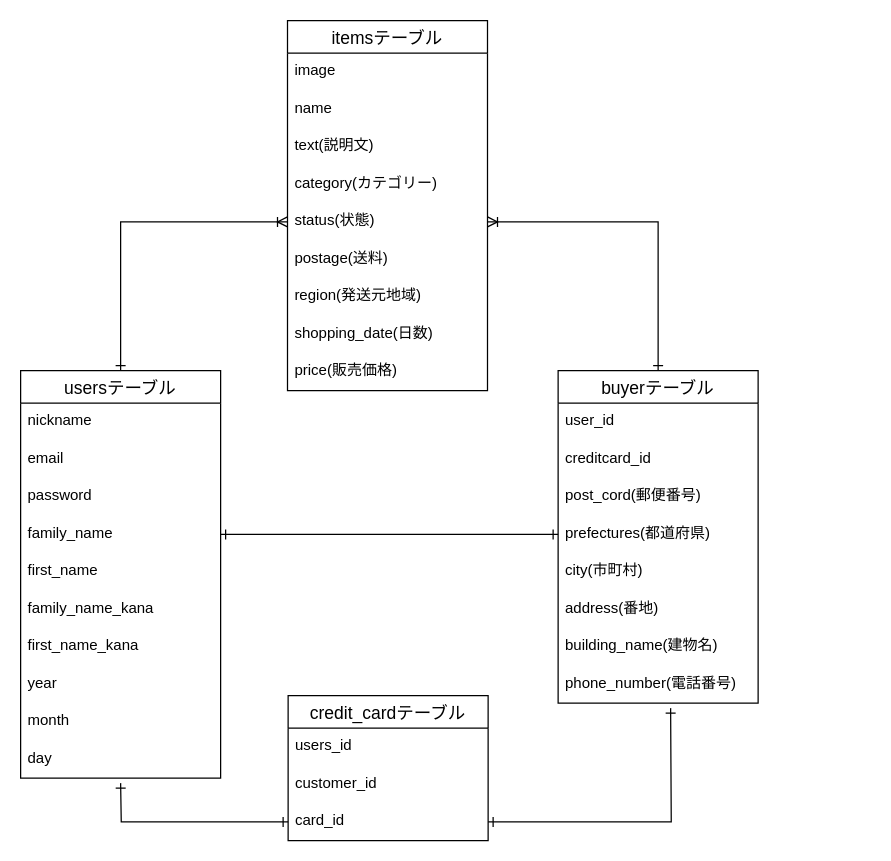
Above: test.dio in kimino98/furima-35410 (draw.io), before the change. Source tidied: cells renumbered, new cells numbered last; positions are measured from the earlier drawing's top-left corner, leaving out a move shared by most shapes. Both pictures are drawn from the tidied source at 125%, with x=0, y=0 at pixel (20, 20).
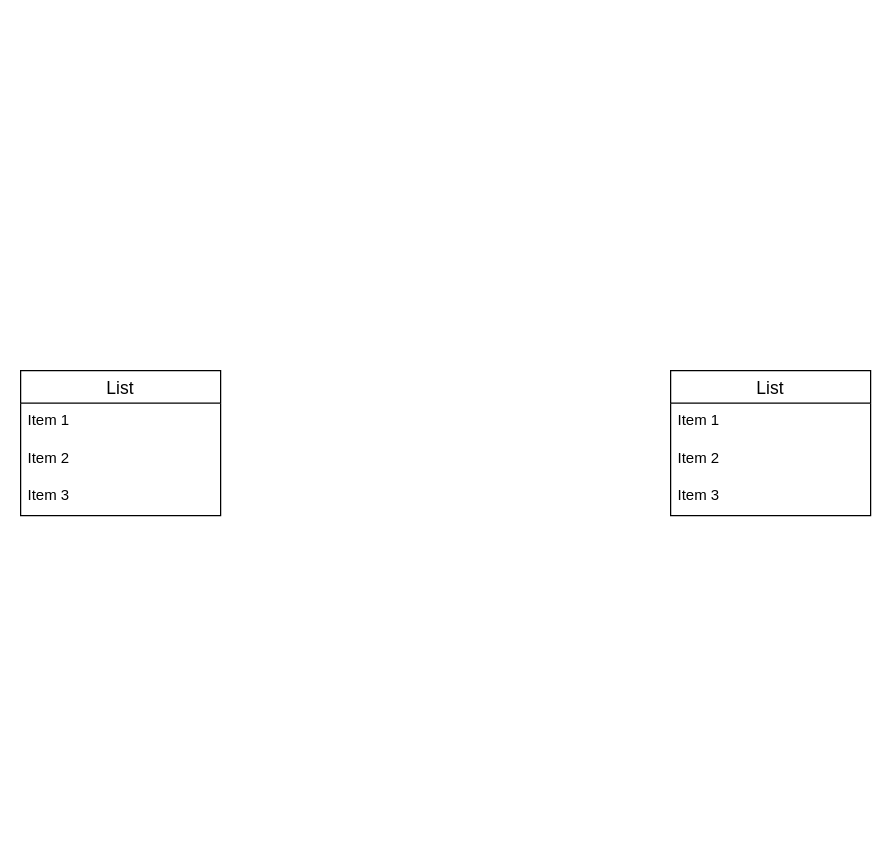
Above is the later version.

Diff of the diagram source:
```diff
@@
-    <mxCell id="2" style="edgeStyle=orthogonalEdgeStyle;rounded=0;jettySize=auto;html=1;exitX=0.5;exitY=0;exitDx=0;exitDy=0;entryX=0;entryY=0.5;entryDx=0;entryDy=0;startArrow=ERone;startFill=0;endArrow=ERoneToMany;endFill=0;" parent="1" edge="1" source="3" target="19">
-      <mxGeometry relative="1" as="geometry" />
-    </mxCell>
-    <mxCell id="3" value="usersテーブル" style="swimlane;fontStyle=0;horizontal=1;startSize=26;align=center;fontSize=14;" parent="1" vertex="1">
-      <mxGeometry y="280" width="160" height="326" as="geometry" />
+    <mxCell id="3" value="List" style="swimlane;fontStyle=0;horizontal=1;startSize=26;align=center;fontSize=14;" parent="1" vertex="1">
+      <mxGeometry y="280" width="160" height="116" as="geometry" />
     </mxCell>
-    <mxCell id="4" value="nickname" style="text;strokeColor=none;fillColor=none;spacingLeft=4;spacingRight=4;overflow=hidden;fontSize=12;" parent="3" vertex="1">
+    <mxCell id="4" value="Item 1" style="text;strokeColor=none;fillColor=none;spacingLeft=4;spacingRight=4;overflow=hidden;fontSize=12;" parent="3" vertex="1">
       <mxGeometry y="26" width="160" height="30" as="geometry" />
     </mxCell>
-    <mxCell id="5" value="email" style="text;strokeColor=none;fillColor=none;spacingLeft=4;spacingRight=4;overflow=hidden;fontSize=12;" parent="3" vertex="1">
+    <mxCell id="5" value="Item 2" style="text;strokeColor=none;fillColor=none;spacingLeft=4;spacingRight=4;overflow=hidden;fontSize=12;" parent="3" vertex="1">
       <mxGeometry y="56" width="160" height="30" as="geometry" />
     </mxCell>
-    <mxCell id="6" value="password" style="text;strokeColor=none;fillColor=none;spacingLeft=4;spacingRight=4;overflow=hidden;fontSize=12;" parent="3" vertex="1">
+    <mxCell id="6" value="Item 3" style="text;strokeColor=none;fillColor=none;spacingLeft=4;spacingRight=4;overflow=hidden;fontSize=12;" parent="3" vertex="1">
       <mxGeometry y="86" width="160" height="30" as="geometry" />
     </mxCell>
-    <mxCell id="7" value="family_name" style="text;strokeColor=none;fillColor=none;spacingLeft=4;spacingRight=4;overflow=hidden;points=[[0,0.5],[1,0.5]];portConstraint=eastwest;fontSize=12;" parent="3" vertex="1">
-      <mxGeometry y="116" width="160" height="30" as="geometry" />
-    </mxCell>
-    <mxCell id="8" value="first_name" style="text;strokeColor=none;fillColor=none;spacingLeft=4;spacingRight=4;overflow=hidden;fontSize=12;" parent="3" vertex="1">
-      <mxGeometry y="146" width="160" height="30" as="geometry" />
-    </mxCell>
-    <mxCell id="9" value="family_name_kana" style="text;strokeColor=none;fillColor=none;spacingLeft=4;spacingRight=4;overflow=hidden;fontSize=12;" parent="3" vertex="1">
-      <mxGeometry y="176" width="160" height="30" as="geometry" />
-    </mxCell>
-    <mxCell id="10" value="first_name_kana" style="text;strokeColor=none;fillColor=none;spacingLeft=4;spacingRight=4;overflow=hidden;fontSize=12;" parent="3" vertex="1">
-      <mxGeometry y="206" width="160" height="30" as="geometry" />
-    </mxCell>
-    <mxCell id="11" value="year" style="text;strokeColor=none;fillColor=none;spacingLeft=4;spacingRight=4;overflow=hidden;fontSize=12;" parent="3" vertex="1">
-      <mxGeometry y="236" width="160" height="30" as="geometry" />
-    </mxCell>
-    <mxCell id="12" value="month" style="text;strokeColor=none;fillColor=none;spacingLeft=4;spacingRight=4;overflow=hidden;fontSize=12;" parent="3" vertex="1">
-      <mxGeometry y="266" width="160" height="30" as="geometry" />
-    </mxCell>
-    <mxCell id="13" value="day" style="text;strokeColor=none;fillColor=none;spacingLeft=4;spacingRight=4;overflow=hidden;fontSize=12;" parent="3" vertex="1">
-      <mxGeometry y="296" width="160" height="30" as="geometry" />
-    </mxCell>
-    <mxCell id="14" value="itemsテーブル" style="swimlane;fontStyle=0;horizontal=1;startSize=26;align=center;fontSize=14;" parent="1" vertex="1">
-      <mxGeometry x="213.5" width="160" height="296" as="geometry" />
+    <mxCell id="14" value="List" style="swimlane;fontStyle=0;horizontal=1;startSize=26;align=center;fontSize=14;" parent="1" vertex="1">
+      <mxGeometry x="520" y="280" width="160" height="116" as="geometry" />
     </mxCell>
-    <mxCell id="15" value="image" style="text;strokeColor=none;fillColor=none;spacingLeft=4;spacingRight=4;overflow=hidden;fontSize=12;" parent="14" vertex="1">
+    <mxCell id="15" value="Item 1" style="text;strokeColor=none;fillColor=none;spacingLeft=4;spacingRight=4;overflow=hidden;fontSize=12;" parent="14" vertex="1">
       <mxGeometry y="26" width="160" height="30" as="geometry" />
     </mxCell>
-    <mxCell id="16" value="name" style="text;strokeColor=none;fillColor=none;spacingLeft=4;spacingRight=4;overflow=hidden;fontSize=12;" parent="14" vertex="1">
+    <mxCell id="16" value="Item 2" style="text;strokeColor=none;fillColor=none;spacingLeft=4;spacingRight=4;overflow=hidden;fontSize=12;" parent="14" vertex="1">
       <mxGeometry y="56" width="160" height="30" as="geometry" />
     </mxCell>
-    <mxCell id="17" value="text(説明文)" style="text;strokeColor=none;fillColor=none;spacingLeft=4;spacingRight=4;overflow=hidden;fontSize=12;" parent="14" vertex="1">
+    <mxCell id="17" value="Item 3" style="text;strokeColor=none;fillColor=none;spacingLeft=4;spacingRight=4;overflow=hidden;fontSize=12;" parent="14" vertex="1">
       <mxGeometry y="86" width="160" height="30" as="geometry" />
     </mxCell>
-    <mxCell id="18" value="category(カテゴリー)" style="text;strokeColor=none;fillColor=none;spacingLeft=4;spacingRight=4;overflow=hidden;fontSize=12;" parent="14" vertex="1">
-      <mxGeometry y="116" width="160" height="30" as="geometry" />
-    </mxCell>
-    <mxCell id="19" value="status(状態)" style="text;strokeColor=none;fillColor=none;spacingLeft=4;spacingRight=4;overflow=hidden;points=[[0,0.5],[1,0.5]];portConstraint=eastwest;fontSize=12;" parent="14" vertex="1">
-      <mxGeometry y="146" width="160" height="30" as="geometry" />
-    </mxCell>
-    <mxCell id="20" value="postage(送料)" style="text;strokeColor=none;fillColor=none;spacingLeft=4;spacingRight=4;overflow=hidden;fontSize=12;" parent="14" vertex="1">
-      <mxGeometry y="176" width="160" height="30" as="geometry" />
-    </mxCell>
-    <mxCell id="21" value="region(発送元地域)" style="text;strokeColor=none;fillColor=none;spacingLeft=4;spacingRight=4;overflow=hidden;fontSize=12;" parent="14" vertex="1">
-      <mxGeometry y="206" width="160" height="30" as="geometry" />
-    </mxCell>
-    <mxCell id="22" value="shopping_date(日数)" style="text;strokeColor=none;fillColor=none;spacingLeft=4;spacingRight=4;overflow=hidden;fontSize=12;" parent="14" vertex="1">
-      <mxGeometry y="236" width="160" height="30" as="geometry" />
-    </mxCell>
-    <mxCell id="23" value="price(販売価格)" style="text;strokeColor=none;fillColor=none;spacingLeft=4;spacingRight=4;overflow=hidden;fontSize=12;" parent="14" vertex="1">
-      <mxGeometry y="266" width="160" height="30" as="geometry" />
-    </mxCell>
-    <mxCell id="24" style="edgeStyle=orthogonalEdgeStyle;rounded=0;jettySize=auto;html=1;exitX=0.5;exitY=0;exitDx=0;exitDy=0;startArrow=ERone;startFill=0;endArrow=ERoneToMany;endFill=0;entryX=1;entryY=0.5;entryDx=0;entryDy=0;" parent="1" edge="1" source="25" target="19">
-      <mxGeometry relative="1" as="geometry" />
-    </mxCell>
-    <mxCell id="25" value="buyerテーブル" style="swimlane;fontStyle=0;horizontal=1;startSize=26;align=center;fontSize=14;" parent="1" vertex="1">
-      <mxGeometry x="430" y="280" width="160" height="266" as="geometry" />
-    </mxCell>
-    <mxCell id="26" value="user_id" style="text;strokeColor=none;fillColor=none;spacingLeft=4;spacingRight=4;overflow=hidden;fontSize=12;" parent="25" vertex="1">
-      <mxGeometry y="26" width="160" height="30" as="geometry" />
-    </mxCell>
-    <mxCell id="27" value="creditcard_id" style="text;strokeColor=none;fillColor=none;spacingLeft=4;spacingRight=4;overflow=hidden;fontSize=12;" parent="25" vertex="1">
-      <mxGeometry y="56" width="160" height="30" as="geometry" />
-    </mxCell>
-    <mxCell id="28" value="post_cord(郵便番号)" style="text;strokeColor=none;fillColor=none;spacingLeft=4;spacingRight=4;overflow=hidden;fontSize=12;" parent="25" vertex="1">
-      <mxGeometry y="86" width="160" height="30" as="geometry" />
-    </mxCell>
-    <mxCell id="29" value="prefectures(都道府県)" style="text;strokeColor=none;fillColor=none;spacingLeft=4;spacingRight=4;overflow=hidden;points=[[0,0.5],[1,0.5]];portConstraint=eastwest;fontSize=12;" parent="25" vertex="1">
-      <mxGeometry y="116" width="160" height="30" as="geometry" />
-    </mxCell>
-    <mxCell id="30" value="city(市町村)" style="text;strokeColor=none;fillColor=none;spacingLeft=4;spacingRight=4;overflow=hidden;fontSize=12;" parent="25" vertex="1">
-      <mxGeometry y="146" width="160" height="30" as="geometry" />
-    </mxCell>
-    <mxCell id="31" value="address(番地)" style="text;strokeColor=none;fillColor=none;spacingLeft=4;spacingRight=4;overflow=hidden;fontSize=12;" parent="25" vertex="1">
-      <mxGeometry y="176" width="160" height="30" as="geometry" />
-    </mxCell>
-    <mxCell id="32" value="building_name(建物名)" style="text;strokeColor=none;fillColor=none;spacingLeft=4;spacingRight=4;overflow=hidden;fontSize=12;" parent="25" vertex="1">
-      <mxGeometry y="206" width="160" height="30" as="geometry" />
-    </mxCell>
-    <mxCell id="33" value="phone_number(電話番号)" style="text;strokeColor=none;fillColor=none;spacingLeft=4;spacingRight=4;overflow=hidden;fontSize=12;" parent="25" vertex="1">
-      <mxGeometry y="236" width="160" height="30" as="geometry" />
-    </mxCell>
-    <mxCell id="34" value="credit_cardテーブル" style="swimlane;fontStyle=0;horizontal=1;startSize=26;align=center;fontSize=14;" parent="1" vertex="1">
-      <mxGeometry x="214" y="540" width="160" height="116" as="geometry" />
-    </mxCell>
-    <mxCell id="35" value="users_id" style="text;strokeColor=none;fillColor=none;spacingLeft=4;spacingRight=4;overflow=hidden;fontSize=12;" parent="34" vertex="1">
-      <mxGeometry y="26" width="160" height="30" as="geometry" />
-    </mxCell>
-    <mxCell id="36" value="customer_id" style="text;strokeColor=none;fillColor=none;spacingLeft=4;spacingRight=4;overflow=hidden;fontSize=12;" parent="34" vertex="1">
-      <mxGeometry y="56" width="160" height="30" as="geometry" />
-    </mxCell>
-    <mxCell id="37" value="card_id" style="text;strokeColor=none;fillColor=none;spacingLeft=4;spacingRight=4;overflow=hidden;points=[[0,0.5],[1,0.5]];portConstraint=eastwest;fontSize=12;" parent="34" vertex="1">
-      <mxGeometry y="86" width="160" height="30" as="geometry" />
-    </mxCell>
-    <mxCell id="38" style="edgeStyle=orthogonalEdgeStyle;rounded=0;jettySize=auto;html=1;entryX=1;entryY=0.5;entryDx=0;entryDy=0;startArrow=ERone;startFill=0;endArrow=ERone;endFill=0;" parent="1" edge="1" source="29" target="7">
-      <mxGeometry relative="1" as="geometry" />
-    </mxCell>
-    <mxCell id="39" style="edgeStyle=orthogonalEdgeStyle;rounded=0;jettySize=auto;html=1;exitX=0;exitY=0.5;exitDx=0;exitDy=0;startArrow=ERone;startFill=0;endArrow=ERone;endFill=0;" parent="1" edge="1" source="37">
-      <mxGeometry relative="1" as="geometry">
-        <mxPoint x="80" y="610" as="targetPoint" />
-      </mxGeometry>
-    </mxCell>
-    <mxCell id="40" style="edgeStyle=orthogonalEdgeStyle;rounded=0;jettySize=auto;html=1;exitX=1;exitY=0.5;exitDx=0;exitDy=0;startArrow=ERone;startFill=0;endArrow=ERone;endFill=0;" parent="1" edge="1" source="37">
-      <mxGeometry relative="1" as="geometry">
-        <mxPoint x="520" y="550" as="targetPoint" />
-      </mxGeometry>
-    </mxCell>
```
